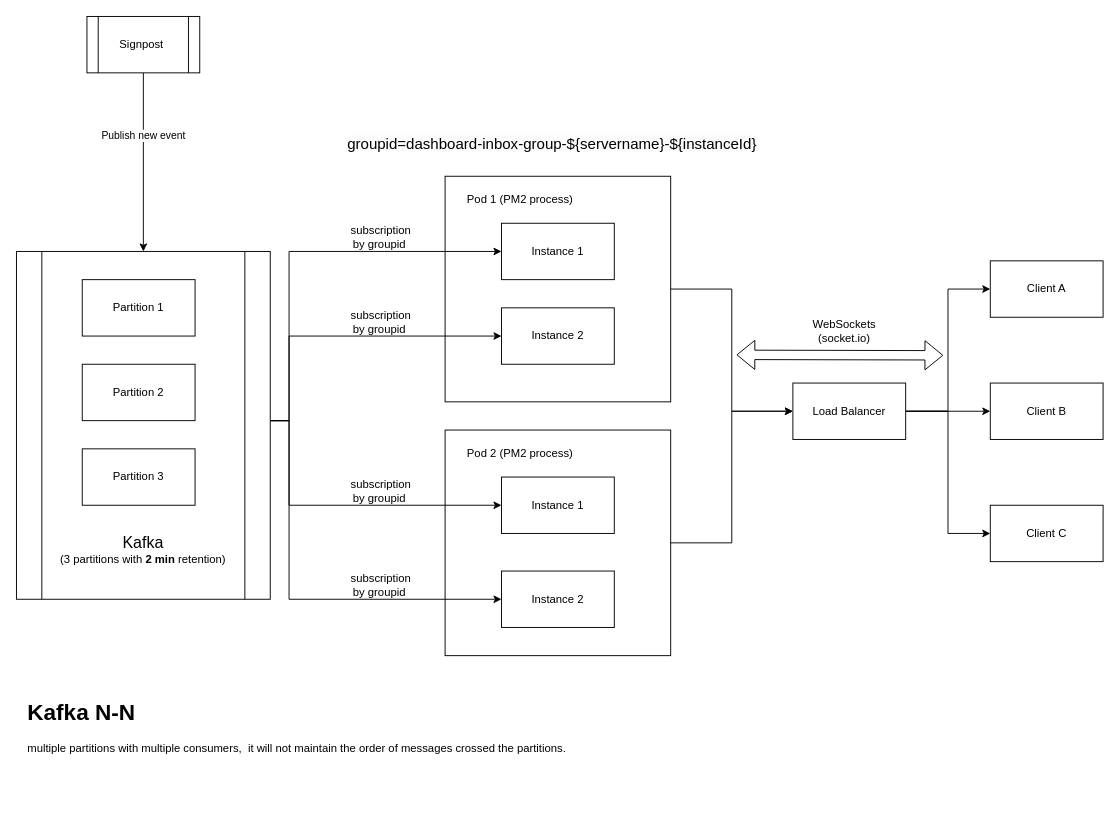
Earlier version of the draw.io diagram page "Kafka n-n" (4 of 5) of hppd-Inbox.drawio (half-6/workflow). Source tidied: cells renumbered, new cells numbered last; positions are measured from the earlier drawing's top-left corner, leaving out a move shared by most shapes. Both pictures are drawn from the tidied source at 94%, with x=0, y=0 at pixel (16, 16).
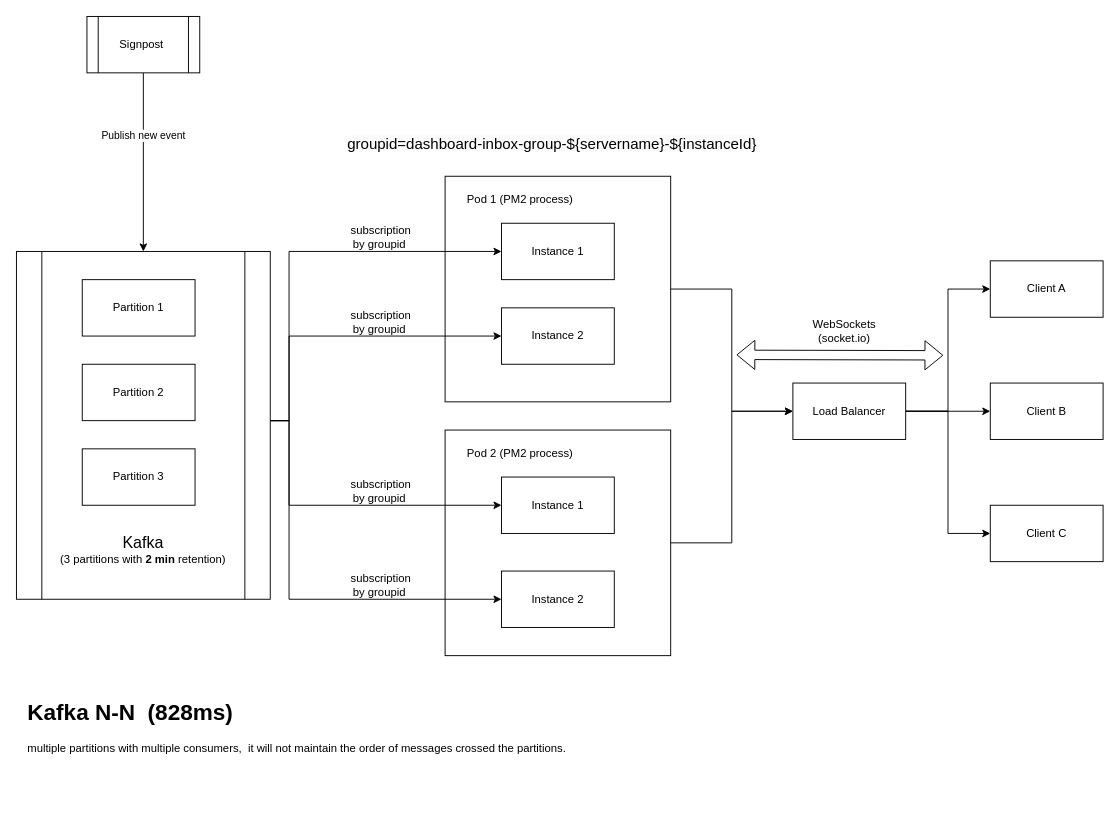
After the change.

Diff of the diagram source:
```diff
@@
-    <mxCell id="39" value="&lt;h1 style=&quot;margin-top: 0px;&quot;&gt;Kafka N-N&lt;/h1&gt;&lt;p&gt;multiple partitions with multiple consumers,&amp;nbsp; it will not maintain the order of messages crossed the partitions.&amp;nbsp; &amp;nbsp;&lt;/p&gt;" style="text;html=1;whiteSpace=wrap;overflow=hidden;rounded=0;" parent="1" vertex="1">
+    <mxCell id="39" value="&lt;h1 style=&quot;margin-top: 0px;&quot;&gt;Kafka N-N&amp;nbsp; (828ms)&lt;/h1&gt;&lt;p&gt;multiple partitions with multiple consumers,&amp;nbsp; it will not maintain the order of messages crossed the partitions.&amp;nbsp; &amp;nbsp;&lt;/p&gt;" style="text;html=1;whiteSpace=wrap;overflow=hidden;rounded=0;" parent="1" vertex="1">
       <mxGeometry x="10" y="720" width="650" height="120" as="geometry" />
     </mxCell>
```
